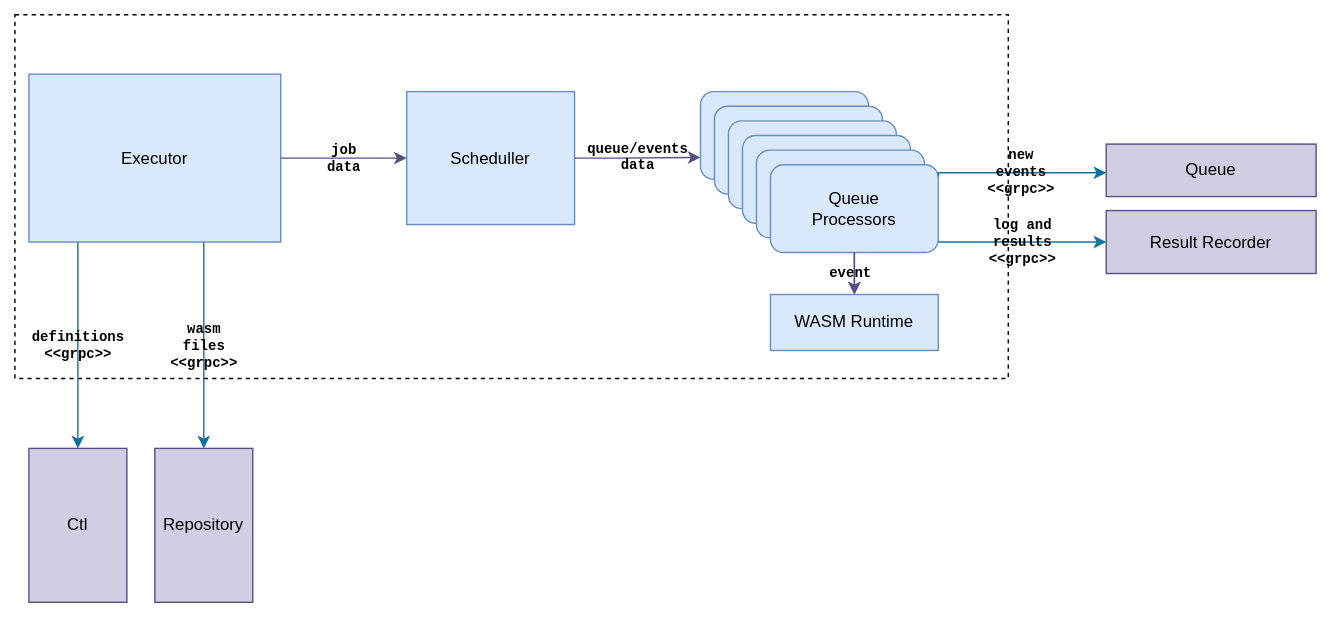
Above: docs/img/executor.svg in andrescosta/jobico-fn (draw.io), before the change. Source tidied: cells renumbered, new cells last; positions are measured from the earlier drawing's top-left corner, leaving out a move shared by most shapes. Source of this version:
```xml
<mxGraphModel>
  <root>
    <mxCell id="0" />
    <mxCell id="1" parent="0" />
    <mxCell id="2" style="rounded=0;whiteSpace=wrap;html=1;dashed=1;labelBackgroundColor=none;" parent="1" vertex="1">
      <mxGeometry width="710" height="260" as="geometry" />
    </mxCell>
    <mxCell id="3" value="definitions&lt;br style=&quot;font-size: 10px;&quot;&gt;&amp;lt;&amp;lt;grpc&amp;gt;&amp;gt;" style="edgeStyle=orthogonalEdgeStyle;rounded=0;jettySize=auto;html=1;labelBackgroundColor=none;fontColor=default;fillColor=#b1ddf0;strokeColor=#10739e;fontFamily=Courier New;fontStyle=1;fontSize=10;" parent="1" edge="1" source="5" target="19">
      <mxGeometry relative="1" as="geometry">
        <Array as="points">
          <mxPoint x="45" y="190" />
          <mxPoint x="45" y="190" />
        </Array>
      </mxGeometry>
    </mxCell>
    <mxCell id="4" value="wasm &lt;br style=&quot;font-size: 10px;&quot;&gt;files&lt;br style=&quot;font-size: 10px;&quot;&gt;&amp;lt;&amp;lt;grpc&amp;gt;&amp;gt;" style="edgeStyle=orthogonalEdgeStyle;rounded=0;jettySize=auto;html=1;labelBackgroundColor=none;fontColor=default;fillColor=#b1ddf0;strokeColor=#10739e;fontFamily=Courier New;fontStyle=1;fontSize=10;" parent="1" edge="1" source="5" target="21">
      <mxGeometry relative="1" as="geometry">
        <Array as="points">
          <mxPoint x="135" y="200" />
          <mxPoint x="135" y="200" />
        </Array>
      </mxGeometry>
    </mxCell>
    <mxCell id="5" value="Executor" style="rounded=0;whiteSpace=wrap;html=1;labelBackgroundColor=none;fillColor=#dae8fc;strokeColor=#6c8ebf;" parent="1" vertex="1">
      <mxGeometry x="10" y="42.5" width="180" height="120" as="geometry" />
    </mxCell>
    <mxCell id="6" value="Scheduller" style="rounded=0;whiteSpace=wrap;html=1;labelBackgroundColor=none;fillColor=#dae8fc;strokeColor=#6c8ebf;" parent="1" vertex="1">
      <mxGeometry x="280" y="55" width="120" height="95" as="geometry" />
    </mxCell>
    <mxCell id="7" value="job &lt;br style=&quot;font-size: 10px;&quot;&gt;data" style="endArrow=classic;html=1;rounded=0;entryX=0;entryY=0.5;entryDx=0;entryDy=0;labelBackgroundColor=none;fontColor=default;fillColor=#d0cee2;strokeColor=#56517e;fontFamily=Courier New;fontStyle=1;fontSize=10;" parent="1" edge="1" source="5" target="6">
      <mxGeometry relative="1" as="geometry" />
    </mxCell>
    <mxCell id="8" style="group;labelBackgroundColor=none;" parent="1" vertex="1">
      <mxGeometry x="490" y="55" width="170" height="115" as="geometry" />
    </mxCell>
    <mxCell id="9" style="rounded=1;whiteSpace=wrap;html=1;labelBackgroundColor=none;fillColor=#dae8fc;strokeColor=#6c8ebf;" parent="8" vertex="1">
      <mxGeometry width="120" height="62.7" as="geometry" />
    </mxCell>
    <mxCell id="10" style="rounded=1;whiteSpace=wrap;html=1;labelBackgroundColor=none;fillColor=#dae8fc;strokeColor=#6c8ebf;" parent="8" vertex="1">
      <mxGeometry x="10" y="10.5" width="120" height="62.7" as="geometry" />
    </mxCell>
    <mxCell id="11" style="rounded=1;whiteSpace=wrap;html=1;labelBackgroundColor=none;fillColor=#dae8fc;strokeColor=#6c8ebf;" parent="8" vertex="1">
      <mxGeometry x="20" y="20.9" width="120" height="62.7" as="geometry" />
    </mxCell>
    <mxCell id="12" style="rounded=1;whiteSpace=wrap;html=1;labelBackgroundColor=none;fillColor=#dae8fc;strokeColor=#6c8ebf;" parent="8" vertex="1">
      <mxGeometry x="30" y="31.4" width="120" height="62.7" as="geometry" />
    </mxCell>
    <mxCell id="13" style="rounded=1;whiteSpace=wrap;html=1;labelBackgroundColor=none;fillColor=#dae8fc;strokeColor=#6c8ebf;" parent="8" vertex="1">
      <mxGeometry x="40" y="41.8" width="120" height="62.7" as="geometry" />
    </mxCell>
    <mxCell id="14" value="Queue&lt;br&gt;Processors" style="rounded=1;whiteSpace=wrap;html=1;labelBackgroundColor=none;fillColor=#dae8fc;strokeColor=#6c8ebf;" parent="8" vertex="1">
      <mxGeometry x="50" y="52.3" width="120" height="62.7" as="geometry" />
    </mxCell>
    <mxCell id="15" value="Queue" style="rounded=0;whiteSpace=wrap;html=1;labelBackgroundColor=none;fillColor=#d0cee2;strokeColor=#56517e;" parent="1" vertex="1">
      <mxGeometry x="780" y="92.5" width="150" height="37.5" as="geometry" />
    </mxCell>
    <mxCell id="16" value="new &lt;br style=&quot;font-size: 10px;&quot;&gt;events&lt;br style=&quot;font-size: 10px;&quot;&gt;&amp;lt;&amp;lt;grpc&amp;gt;&amp;gt;" style="edgeStyle=orthogonalEdgeStyle;rounded=0;orthogonalLoop=1;jettySize=auto;html=1;labelBackgroundColor=none;fontColor=default;fillColor=#b1ddf0;strokeColor=#10739e;fontFamily=Courier New;fontStyle=1;fontSize=10;" parent="1" edge="1">
      <mxGeometry relative="1" as="geometry">
        <mxPoint x="660" y="115.5" as="sourcePoint" />
        <mxPoint x="780" y="113" as="targetPoint" />
        <Array as="points">
          <mxPoint x="660" y="113" />
        </Array>
      </mxGeometry>
    </mxCell>
    <mxCell id="17" value="WASM Runtime" style="rounded=0;whiteSpace=wrap;html=1;labelBackgroundColor=none;fillColor=#dae8fc;strokeColor=#6c8ebf;" parent="1" vertex="1">
      <mxGeometry x="540" y="200" width="120" height="40" as="geometry" />
    </mxCell>
    <mxCell id="18" value="&lt;font face=&quot;Courier New&quot; style=&quot;font-size: 10px;&quot;&gt;&lt;b style=&quot;font-size: 10px;&quot;&gt;event&amp;nbsp;&lt;/b&gt;&lt;/font&gt;" style="endArrow=classic;html=1;rounded=0;exitX=0.5;exitY=1;exitDx=0;exitDy=0;entryX=0.5;entryY=0;entryDx=0;entryDy=0;labelBackgroundColor=none;fontColor=default;fillColor=#d0cee2;strokeColor=#56517e;fontSize=10;" parent="1" edge="1" source="14" target="17">
      <mxGeometry relative="1" as="geometry" />
    </mxCell>
    <mxCell id="19" value="Ctl" style="rounded=0;whiteSpace=wrap;html=1;labelBackgroundColor=none;fillColor=#d0cee2;strokeColor=#56517e;" parent="1" vertex="1">
      <mxGeometry x="10" y="310" width="70" height="110" as="geometry" />
    </mxCell>
    <mxCell id="20" value="queue/events&lt;br style=&quot;font-size: 10px;&quot;&gt;data" style="edgeStyle=orthogonalEdgeStyle;rounded=0;jettySize=auto;html=1;entryX=0;entryY=0.75;entryDx=0;entryDy=0;labelBackgroundColor=none;fontColor=default;fillColor=#d0cee2;strokeColor=#56517e;fontFamily=Courier New;fontStyle=1;fontSize=10;" parent="1" edge="1" source="6" target="9">
      <mxGeometry relative="1" as="geometry">
        <Array as="points">
          <mxPoint x="430" y="102" />
          <mxPoint x="430" y="102" />
        </Array>
      </mxGeometry>
    </mxCell>
    <mxCell id="21" value="Repository" style="rounded=0;whiteSpace=wrap;html=1;labelBackgroundColor=none;fillColor=#d0cee2;strokeColor=#56517e;" parent="1" vertex="1">
      <mxGeometry x="100" y="310" width="70" height="110" as="geometry" />
    </mxCell>
    <mxCell id="22" value="log and &lt;br style=&quot;font-size: 10px;&quot;&gt;results&lt;br style=&quot;font-size: 10px;&quot;&gt;&amp;lt;&amp;lt;grpc&amp;gt;&amp;gt;" style="edgeStyle=orthogonalEdgeStyle;rounded=0;orthogonalLoop=1;jettySize=auto;html=1;labelBackgroundColor=none;fontColor=default;fillColor=#b1ddf0;strokeColor=#10739e;fontFamily=Courier New;fontStyle=1;fontSize=10;" parent="1" edge="1">
      <mxGeometry relative="1" as="geometry">
        <mxPoint x="660" y="162.5" as="sourcePoint" />
        <mxPoint x="780" y="162.5" as="targetPoint" />
        <Array as="points">
          <mxPoint x="690" y="162.5" />
          <mxPoint x="690" y="162.5" />
        </Array>
      </mxGeometry>
    </mxCell>
    <mxCell id="23" value="Result Recorder" style="rounded=0;whiteSpace=wrap;html=1;labelBackgroundColor=none;fillColor=#d0cee2;strokeColor=#56517e;" parent="1" vertex="1">
      <mxGeometry x="780" y="140" width="150" height="45" as="geometry" />
    </mxCell>
    <mxCell id="24" style="edgeStyle=orthogonalEdgeStyle;jettySize=auto;html=1;rounded=0;strokeColor=#56517e;align=center;verticalAlign=middle;fontFamily=Courier New;fontSize=11;fontColor=default;fontStyle=1;labelBackgroundColor=none;endArrow=classic;fillColor=#d0cee2;" parent="1" edge="1" source="14" target="17">
      <mxGeometry relative="1" as="geometry" />
    </mxCell>
  </root>
</mxGraphModel>
```
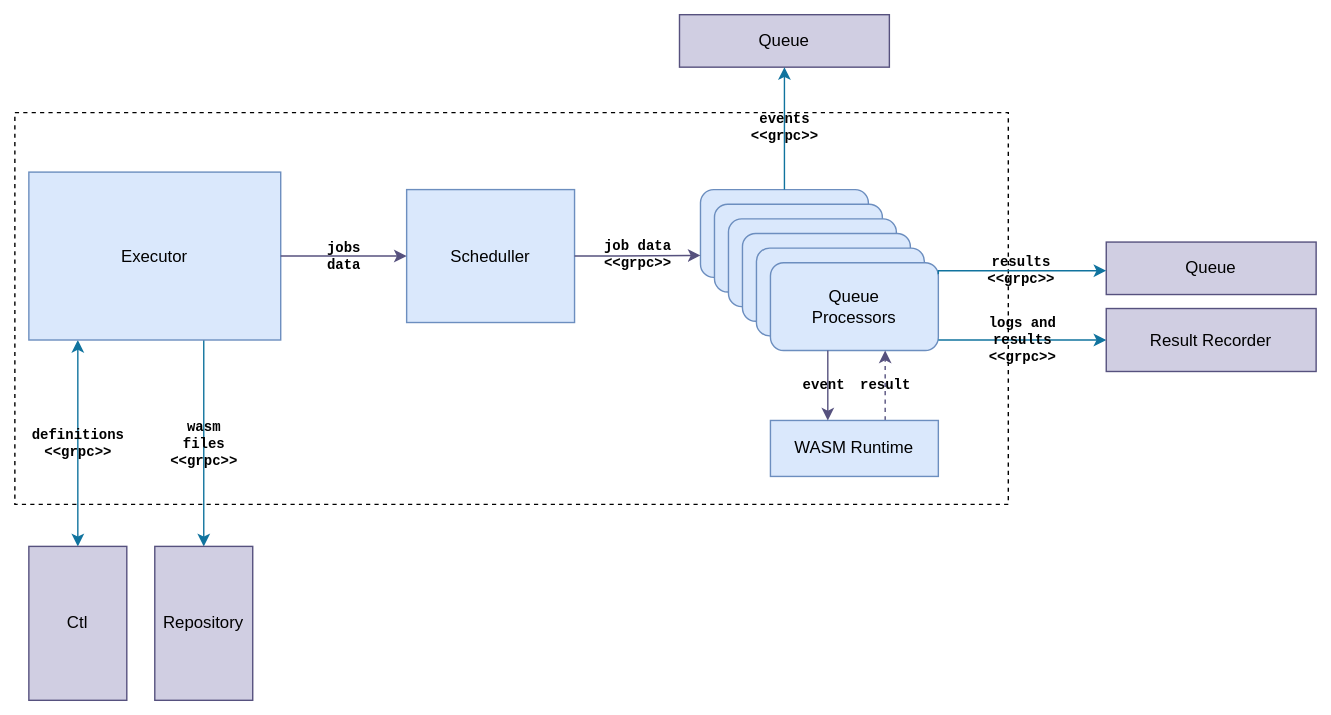
The same file after the commit.

The edit, as a diff of the source:
```diff
@@ -3,9 +3,9 @@
     <mxCell id="0" />
     <mxCell id="1" parent="0" />
     <mxCell id="2" style="rounded=0;whiteSpace=wrap;html=1;dashed=1;labelBackgroundColor=none;" parent="1" vertex="1">
-      <mxGeometry width="710" height="260" as="geometry" />
+      <mxGeometry width="710" height="280" as="geometry" />
     </mxCell>
-    <mxCell id="3" value="definitions&lt;br style=&quot;font-size: 10px;&quot;&gt;&amp;lt;&amp;lt;grpc&amp;gt;&amp;gt;" style="edgeStyle=orthogonalEdgeStyle;rounded=0;jettySize=auto;html=1;labelBackgroundColor=none;fontColor=default;fillColor=#b1ddf0;strokeColor=#10739e;fontFamily=Courier New;fontStyle=1;fontSize=10;" parent="1" edge="1" source="5" target="19">
+    <mxCell id="3" value="definitions&lt;br style=&quot;font-size: 10px;&quot;&gt;&amp;lt;&amp;lt;grpc&amp;gt;&amp;gt;" style="edgeStyle=orthogonalEdgeStyle;rounded=0;jettySize=auto;html=1;labelBackgroundColor=none;fontColor=default;fillColor=#b1ddf0;strokeColor=#10739e;fontFamily=Courier New;fontStyle=1;fontSize=10;startArrow=classic;startFill=1;" parent="1" edge="1" source="5" target="19">
       <mxGeometry relative="1" as="geometry">
         <Array as="points">
           <mxPoint x="45" y="190" />
@@ -27,7 +27,7 @@
     <mxCell id="6" value="Scheduller" style="rounded=0;whiteSpace=wrap;html=1;labelBackgroundColor=none;fillColor=#dae8fc;strokeColor=#6c8ebf;" parent="1" vertex="1">
       <mxGeometry x="280" y="55" width="120" height="95" as="geometry" />
     </mxCell>
-    <mxCell id="7" value="job &lt;br style=&quot;font-size: 10px;&quot;&gt;data" style="endArrow=classic;html=1;rounded=0;entryX=0;entryY=0.5;entryDx=0;entryDy=0;labelBackgroundColor=none;fontColor=default;fillColor=#d0cee2;strokeColor=#56517e;fontFamily=Courier New;fontStyle=1;fontSize=10;" parent="1" edge="1" source="5" target="6">
+    <mxCell id="7" value="jobs&lt;br style=&quot;font-size: 10px;&quot;&gt;data" style="endArrow=classic;html=1;rounded=0;entryX=0;entryY=0.5;entryDx=0;entryDy=0;labelBackgroundColor=none;fontColor=default;fillColor=#d0cee2;strokeColor=#56517e;fontFamily=Courier New;fontStyle=1;fontSize=10;" parent="1" edge="1" source="5" target="6">
       <mxGeometry relative="1" as="geometry" />
     </mxCell>
     <mxCell id="8" style="group;labelBackgroundColor=none;" parent="1" vertex="1">
@@ -54,7 +54,7 @@
     <mxCell id="15" value="Queue" style="rounded=0;whiteSpace=wrap;html=1;labelBackgroundColor=none;fillColor=#d0cee2;strokeColor=#56517e;" parent="1" vertex="1">
       <mxGeometry x="780" y="92.5" width="150" height="37.5" as="geometry" />
     </mxCell>
-    <mxCell id="16" value="new &lt;br style=&quot;font-size: 10px;&quot;&gt;events&lt;br style=&quot;font-size: 10px;&quot;&gt;&amp;lt;&amp;lt;grpc&amp;gt;&amp;gt;" style="edgeStyle=orthogonalEdgeStyle;rounded=0;orthogonalLoop=1;jettySize=auto;html=1;labelBackgroundColor=none;fontColor=default;fillColor=#b1ddf0;strokeColor=#10739e;fontFamily=Courier New;fontStyle=1;fontSize=10;" parent="1" edge="1">
+    <mxCell id="16" value="results&lt;br style=&quot;font-size: 10px;&quot;&gt;&amp;lt;&amp;lt;grpc&amp;gt;&amp;gt;" style="edgeStyle=orthogonalEdgeStyle;rounded=0;orthogonalLoop=1;jettySize=auto;html=1;labelBackgroundColor=none;fontColor=default;fillColor=#b1ddf0;strokeColor=#10739e;fontFamily=Courier New;fontStyle=1;fontSize=10;" parent="1" edge="1">
       <mxGeometry relative="1" as="geometry">
         <mxPoint x="660" y="115.5" as="sourcePoint" />
         <mxPoint x="780" y="113" as="targetPoint" />
@@ -63,16 +63,25 @@
         </Array>
       </mxGeometry>
     </mxCell>
+    <mxCell id="25" value="&lt;font style=&quot;font-size: 10px;&quot;&gt;result&lt;/font&gt;" style="edgeStyle=orthogonalEdgeStyle;rounded=0;orthogonalLoop=1;jettySize=auto;html=1;entryX=0.5;entryY=1;entryDx=0;entryDy=0;strokeColor=#56517e;align=center;verticalAlign=middle;fontFamily=Courier New;fontSize=11;fontColor=default;fontStyle=1;labelBackgroundColor=none;endArrow=classic;fillColor=#d0cee2;dashed=1;" parent="1" edge="1">
+      <mxGeometry relative="1" as="geometry">
+        <mxPoint x="622" y="220" as="sourcePoint" />
+        <mxPoint x="622" y="170" as="targetPoint" />
+      </mxGeometry>
+    </mxCell>
     <mxCell id="17" value="WASM Runtime" style="rounded=0;whiteSpace=wrap;html=1;labelBackgroundColor=none;fillColor=#dae8fc;strokeColor=#6c8ebf;" parent="1" vertex="1">
-      <mxGeometry x="540" y="200" width="120" height="40" as="geometry" />
+      <mxGeometry x="540" y="220" width="120" height="40" as="geometry" />
     </mxCell>
-    <mxCell id="18" value="&lt;font face=&quot;Courier New&quot; style=&quot;font-size: 10px;&quot;&gt;&lt;b style=&quot;font-size: 10px;&quot;&gt;event&amp;nbsp;&lt;/b&gt;&lt;/font&gt;" style="endArrow=classic;html=1;rounded=0;exitX=0.5;exitY=1;exitDx=0;exitDy=0;entryX=0.5;entryY=0;entryDx=0;entryDy=0;labelBackgroundColor=none;fontColor=default;fillColor=#d0cee2;strokeColor=#56517e;fontSize=10;" parent="1" edge="1" source="14" target="17">
-      <mxGeometry relative="1" as="geometry" />
+    <mxCell id="18" value="&lt;font face=&quot;Courier New&quot; style=&quot;font-size: 10px;&quot;&gt;&lt;b style=&quot;font-size: 10px;&quot;&gt;event&amp;nbsp;&lt;/b&gt;&lt;/font&gt;" style="endArrow=classic;html=1;rounded=0;exitX=0.5;exitY=1;exitDx=0;exitDy=0;entryX=0.5;entryY=0;entryDx=0;entryDy=0;labelBackgroundColor=none;fontColor=default;fillColor=#d0cee2;strokeColor=#56517e;fontSize=10;" parent="1" edge="1">
+      <mxGeometry relative="1" as="geometry">
+        <mxPoint x="581" y="170" as="sourcePoint" />
+        <mxPoint x="581" y="220" as="targetPoint" />
+      </mxGeometry>
     </mxCell>
     <mxCell id="19" value="Ctl" style="rounded=0;whiteSpace=wrap;html=1;labelBackgroundColor=none;fillColor=#d0cee2;strokeColor=#56517e;" parent="1" vertex="1">
       <mxGeometry x="10" y="310" width="70" height="110" as="geometry" />
     </mxCell>
-    <mxCell id="20" value="queue/events&lt;br style=&quot;font-size: 10px;&quot;&gt;data" style="edgeStyle=orthogonalEdgeStyle;rounded=0;jettySize=auto;html=1;entryX=0;entryY=0.75;entryDx=0;entryDy=0;labelBackgroundColor=none;fontColor=default;fillColor=#d0cee2;strokeColor=#56517e;fontFamily=Courier New;fontStyle=1;fontSize=10;" parent="1" edge="1" source="6" target="9">
+    <mxCell id="20" value="job data&lt;br&gt;&amp;lt;&amp;lt;grpc&amp;gt;&amp;gt;" style="edgeStyle=orthogonalEdgeStyle;rounded=0;jettySize=auto;html=1;entryX=0;entryY=0.75;entryDx=0;entryDy=0;labelBackgroundColor=none;fontColor=default;fillColor=#d0cee2;strokeColor=#56517e;fontFamily=Courier New;fontStyle=1;fontSize=10;" parent="1" edge="1" source="6" target="9">
       <mxGeometry relative="1" as="geometry">
         <Array as="points">
           <mxPoint x="430" y="102" />
@@ -83,7 +92,7 @@
     <mxCell id="21" value="Repository" style="rounded=0;whiteSpace=wrap;html=1;labelBackgroundColor=none;fillColor=#d0cee2;strokeColor=#56517e;" parent="1" vertex="1">
       <mxGeometry x="100" y="310" width="70" height="110" as="geometry" />
     </mxCell>
-    <mxCell id="22" value="log and &lt;br style=&quot;font-size: 10px;&quot;&gt;results&lt;br style=&quot;font-size: 10px;&quot;&gt;&amp;lt;&amp;lt;grpc&amp;gt;&amp;gt;" style="edgeStyle=orthogonalEdgeStyle;rounded=0;orthogonalLoop=1;jettySize=auto;html=1;labelBackgroundColor=none;fontColor=default;fillColor=#b1ddf0;strokeColor=#10739e;fontFamily=Courier New;fontStyle=1;fontSize=10;" parent="1" edge="1">
+    <mxCell id="22" value="logs and &lt;br style=&quot;font-size: 10px;&quot;&gt;results&lt;br style=&quot;font-size: 10px;&quot;&gt;&amp;lt;&amp;lt;grpc&amp;gt;&amp;gt;" style="edgeStyle=orthogonalEdgeStyle;rounded=0;orthogonalLoop=1;jettySize=auto;html=1;labelBackgroundColor=none;fontColor=default;fillColor=#b1ddf0;strokeColor=#10739e;fontFamily=Courier New;fontStyle=1;fontSize=10;" parent="1" edge="1">
       <mxGeometry relative="1" as="geometry">
         <mxPoint x="660" y="162.5" as="sourcePoint" />
         <mxPoint x="780" y="162.5" as="targetPoint" />
@@ -96,8 +105,11 @@
     <mxCell id="23" value="Result Recorder" style="rounded=0;whiteSpace=wrap;html=1;labelBackgroundColor=none;fillColor=#d0cee2;strokeColor=#56517e;" parent="1" vertex="1">
       <mxGeometry x="780" y="140" width="150" height="45" as="geometry" />
     </mxCell>
-    <mxCell id="24" style="edgeStyle=orthogonalEdgeStyle;jettySize=auto;html=1;rounded=0;strokeColor=#56517e;align=center;verticalAlign=middle;fontFamily=Courier New;fontSize=11;fontColor=default;fontStyle=1;labelBackgroundColor=none;endArrow=classic;fillColor=#d0cee2;" parent="1" edge="1" source="14" target="17">
-      <mxGeometry relative="1" as="geometry" />
-    </mxCell>
+    <mxCell id="26" value="Queue" style="rounded=0;whiteSpace=wrap;html=1;labelBackgroundColor=none;fillColor=#d0cee2;strokeColor=#56517e;" parent="1" vertex="1">
+      <mxGeometry x="475" y="-70" width="150" height="37.5" as="geometry" />
+    </mxCell>
+    <mxCell id="27" value="events&lt;br&gt;&amp;lt;&amp;lt;grpc&amp;gt;&amp;gt;" style="edgeStyle=orthogonalEdgeStyle;rounded=0;jettySize=auto;html=1;entryX=0.5;entryY=1;entryDx=0;entryDy=0;strokeColor=#10739e;align=center;verticalAlign=middle;fontFamily=Courier New;fontSize=10;fontColor=default;fontStyle=1;labelBackgroundColor=none;endArrow=classic;fillColor=#b1ddf0;" parent="1" edge="1" source="9" target="26">
+      <mxGeometry relative="1" as="geometry" />
+    </mxCell>
   </root>
 </mxGraphModel>
```
